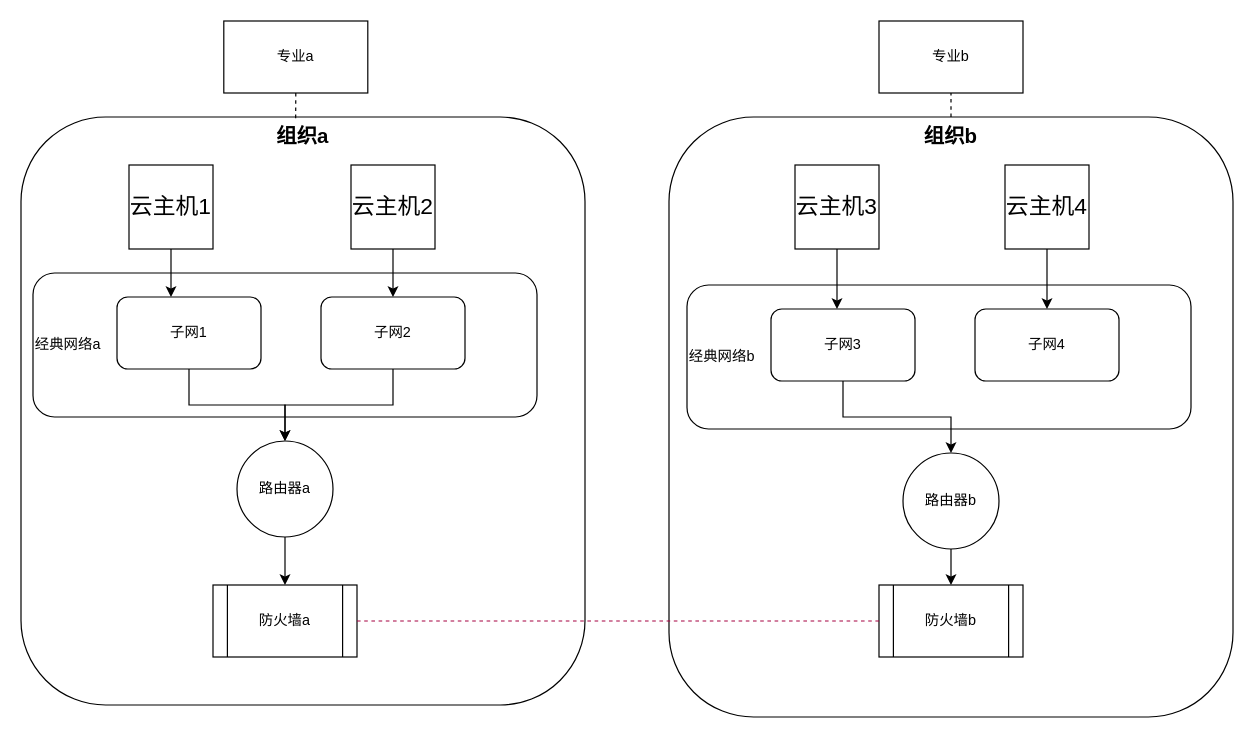
Above: page "网络" (1 of 34) of biitt/资源编排.drawio in dengkefu/draw.io (draw.io), before the change. Source tidied: cells renumbered, new cells numbered last; positions are measured from the earlier drawing's top-left corner, leaving out a move shared by most shapes. Both pictures are drawn from the tidied source at 120%, with x=0, y=0 at pixel (20, 20).
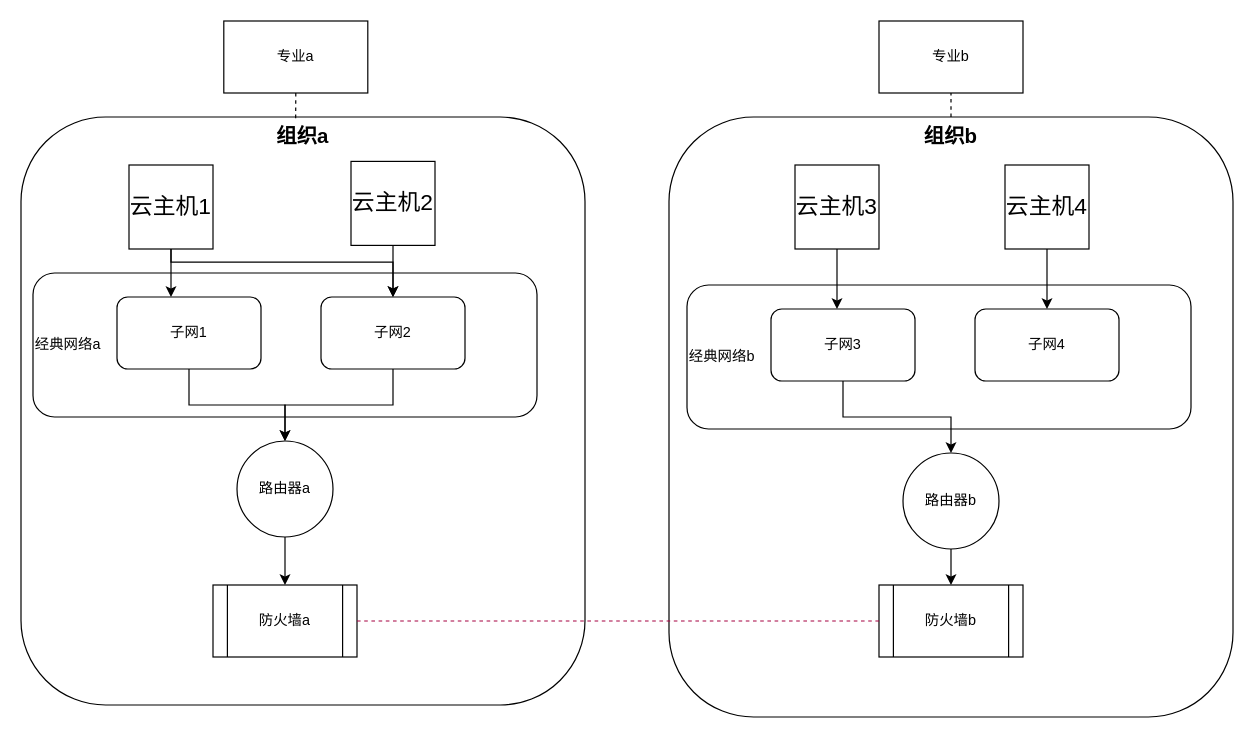
Above is the later version.

The change refers to these unchanged cells:
```xml
<mxCell id="10" value="子网2" style="rounded=1;whiteSpace=wrap;html=1;" parent="1" vertex="1">
  <mxGeometry x="250" y="230" width="120" height="60" as="geometry" />
</mxCell>
<mxCell id="25" value="云主机1" style="whiteSpace=wrap;html=1;fontSize=19;" parent="1" vertex="1">
  <mxGeometry x="90" y="120" width="70" height="70" as="geometry" />
</mxCell>
```

What changed in the source:
```diff
@@
+    <mxCell id="32" style="edgeStyle=orthogonalEdgeStyle;rounded=0;jettySize=auto;html=1;" parent="1" edge="1" source="25" target="10">
+      <mxGeometry relative="1" as="geometry">
+        <Array as="points">
+          <mxPoint x="125" y="201" />
+          <mxPoint x="310" y="201" />
+        </Array>
+      </mxGeometry>
+    </mxCell>
@@
     <mxCell id="27" value="云主机2" style="whiteSpace=wrap;html=1;fontSize=19;" parent="1" vertex="1">
-      <mxGeometry x="275" y="120" width="70" height="70" as="geometry" />
+      <mxGeometry x="275" y="117" width="70" height="70" as="geometry" />
     </mxCell>
```
